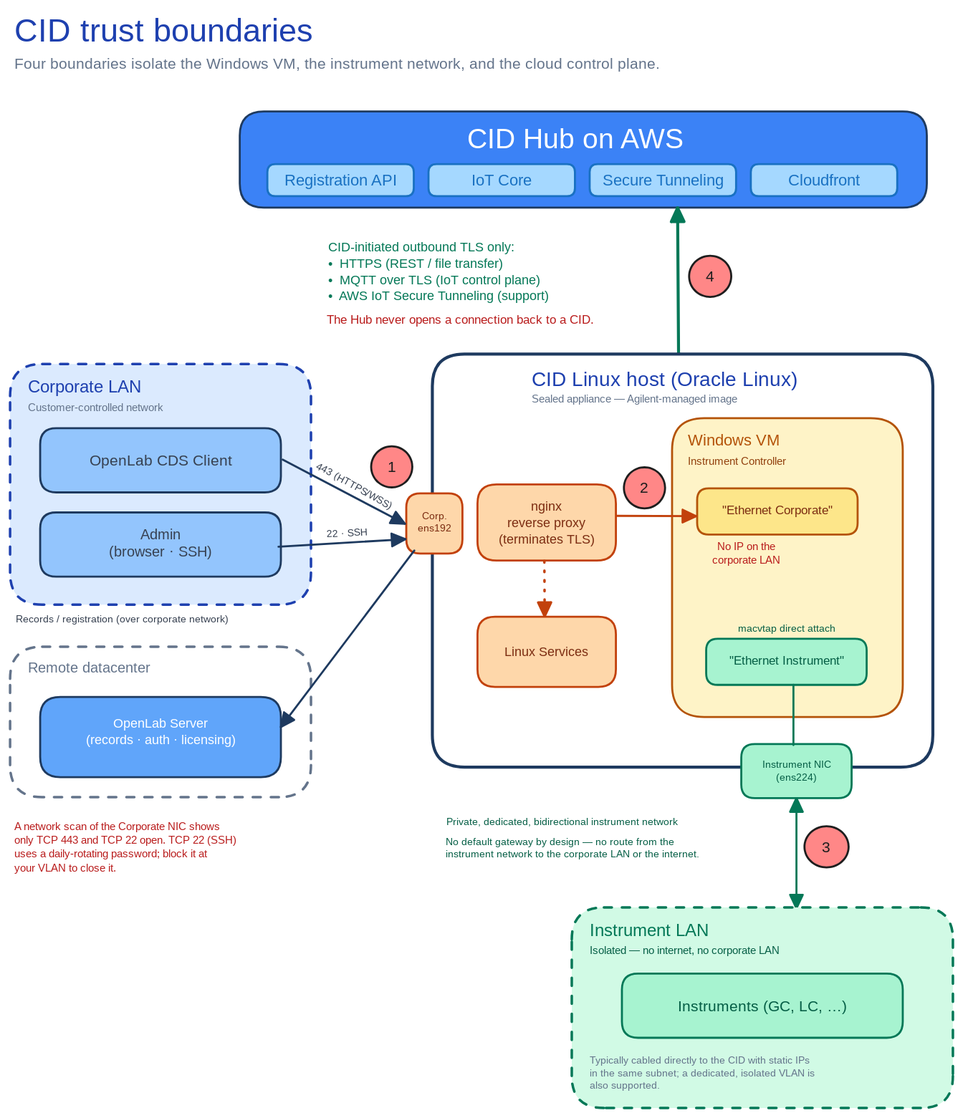
Before: docs/img/trust-boundaries.svg, a diagram exported from Excalidraw (bheemboy/cid-docs). Source tidied: one line per element, renumbered; positions are measured from the earlier drawing's top-left corner, leaving out a move shared by most shapes.
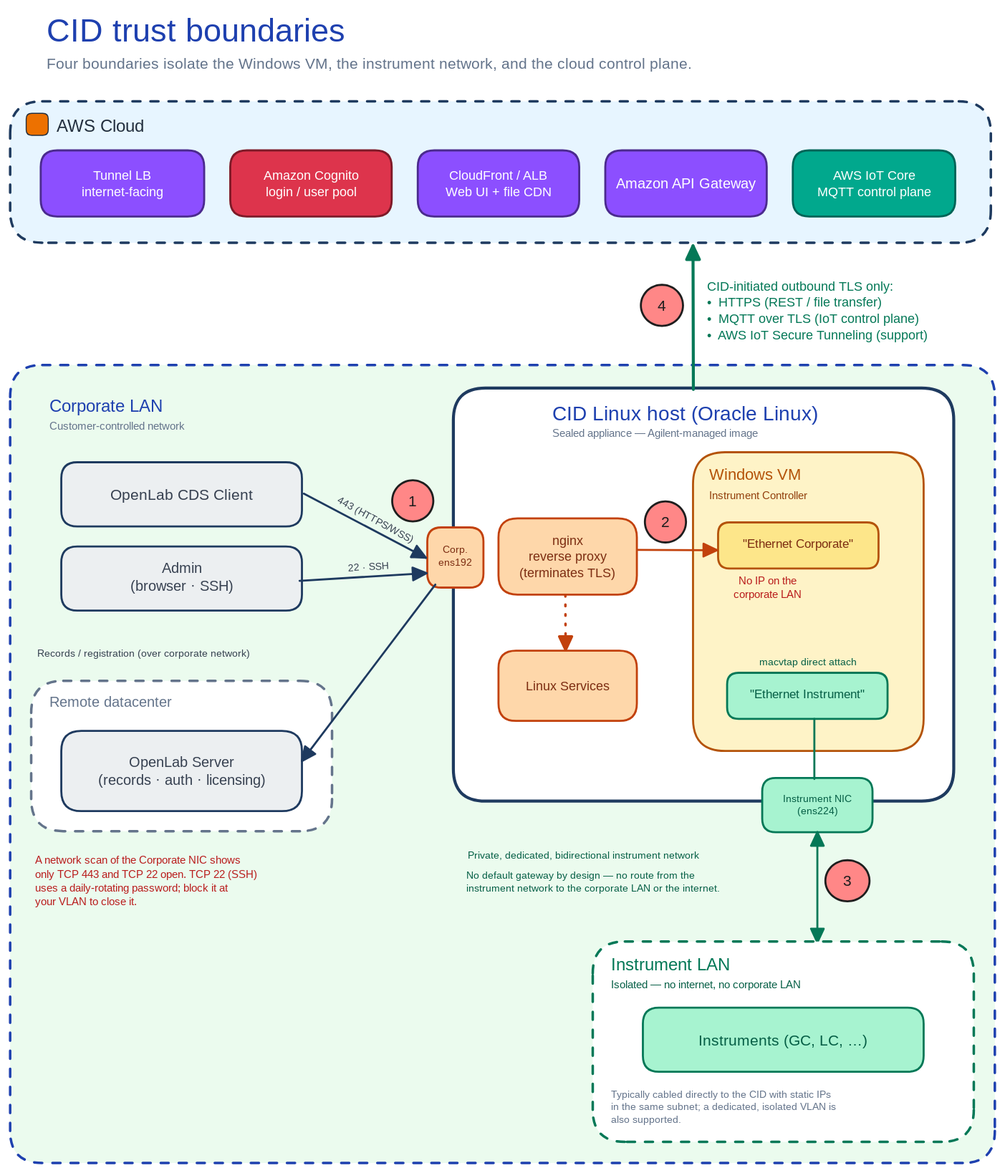
After the commit.

Diff of the diagram source:
```diff
@@ -1,21 +1,18 @@
-{"id": 0, "type": "rectangle", "strokeColor": "#1e3a5f", "backgroundColor": "#3b82f6", "fillStyle": "solid", "strokeWidth": 2, "roughness": 0, "round": true, "x": 229, "y": 101, "width": 685, "height": 96}
+{"id": 0, "type": "rectangle", "strokeColor": "#1e3a5f", "backgroundColor": "#e7f5ff", "fillStyle": "solid", "strokeWidth": 2, "strokeStyle": "dashed", "roughness": 0, "round": true, "x": -21, "y": 57, "width": 978, "height": 141}
-{"id": 1, "type": "text", "text": "CID Hub on AWS", "strokeColor": "#ffffff", "strokeWidth": 1, "roughness": 0, "fontSize": 28, "fontFamily": 3, "x": 456, "y": 111, "width": 230, "height": 35}
-{"id": 2, "type": "text", "text": "CID-initiated outbound TLS only:\n•  HTTPS (REST / file transfer)\n•  MQTT over TLS (IoT control plane)\n•  AWS IoT Secure Tunneling (support)", "strokeColor": "#047857", "strokeWidth": 1, "roughness": 0, "fontSize": 13, "fontFamily": 3, "x": 317, "y": 228, "width": 400, "height": 92}
+{"id": 2, "type": "text", "text": "CID-initiated outbound TLS only:\n•  HTTPS (REST / file transfer)\n•  MQTT over TLS (IoT control plane)\n•  AWS IoT Secure Tunneling (support)", "strokeColor": "#047857", "strokeWidth": 1, "roughness": 0, "fontSize": 13, "fontFamily": 3, "x": 674, "y": 233, "width": 282, "height": 65}
-{"id": 3, "type": "text", "text": "The Hub never opens a connection back to a CID.", "strokeColor": "#b91c1c", "strokeWidth": 1, "roughness": 0, "fontSize": 12, "fontFamily": 3, "x": 316, "y": 301, "width": 440, "height": 18}
-{"id": 4, "type": "arrow", "strokeColor": "#047857", "strokeWidth": 3, "roughness": 0, "endArrowhead": "triangle", "from": 19, "to": 0, "x": 666, "y": 345, "width": 1, "height": 147, "points": [[0, 0], [-1, -147]]}
-{"id": 5, "type": "ellipse", "strokeColor": "#1e1e1e", "backgroundColor": "#ff8787", "fillStyle": "solid", "strokeWidth": 2, "roughness": 0, "x": 677, "y": 245, "width": 42, "height": 41}
+{"id": 5, "type": "ellipse", "strokeColor": "#1e1e1e", "backgroundColor": "#ff8787", "fillStyle": "solid", "strokeWidth": 2, "roughness": 0, "x": 608, "y": 240, "width": 42, "height": 41}
-{"id": 6, "type": "text", "text": "4", "strokeColor": "#1e1e1e", "strokeWidth": 1, "roughness": 0, "fontSize": 15, "fontFamily": 3, "textAlign": "center", "verticalAlign": "middle", "inside": 5, "x": 694, "y": 256, "width": 9, "height": 19}
+{"id": 6, "type": "text", "text": "4", "strokeColor": "#1e1e1e", "strokeWidth": 1, "roughness": 0, "fontSize": 15, "fontFamily": 3, "textAlign": "center", "verticalAlign": "middle", "inside": 5, "x": 625, "y": 251, "width": 9, "height": 19}
-{"id": 7, "type": "rectangle", "strokeColor": "#1e40af", "backgroundColor": "#dbeafe", "fillStyle": "solid", "strokeWidth": 2, "strokeStyle": "dashed", "roughness": 0, "round": true, "x": 0, "y": 353, "width": 300, "height": 240}
+{"id": 7, "type": "rectangle", "strokeColor": "#1e40af", "backgroundColor": "#ebfbee", "fillStyle": "solid", "strokeWidth": 2, "strokeStyle": "dashed", "roughness": 0, "round": true, "x": -21, "y": 320, "width": 982, "height": 796}
-{"id": 8, "type": "text", "text": "Corporate LAN", "strokeColor": "#1e40af", "strokeWidth": 1, "roughness": 0, "fontSize": 17, "fontFamily": 3, "x": 18, "y": 365, "width": 260, "height": 22}
+{"id": 8, "type": "text", "text": "Corporate LAN", "strokeColor": "#1e40af", "strokeWidth": 1, "roughness": 0, "fontSize": 17, "fontFamily": 3, "x": 18, "y": 350, "width": 260, "height": 22}
-{"id": 9, "type": "text", "text": "Customer-controlled network", "strokeColor": "#64748b", "strokeWidth": 1, "roughness": 0, "fontSize": 11, "fontFamily": 3, "x": 18, "y": 389, "width": 260, "height": 16}
+{"id": 9, "type": "text", "text": "Customer-controlled network", "strokeColor": "#64748b", "strokeWidth": 1, "roughness": 0, "fontSize": 11, "fontFamily": 3, "x": 18, "y": 374, "width": 260, "height": 16}
-{"id": 10, "type": "rectangle", "strokeColor": "#1e3a5f", "backgroundColor": "#93c5fd", "fillStyle": "solid", "strokeWidth": 2, "roughness": 0, "round": true, "x": 30, "y": 417, "width": 240, "height": 64}
+{"id": 10, "type": "rectangle", "strokeColor": "#1e3a5f", "backgroundColor": "#eceff1", "fillStyle": "solid", "strokeWidth": 2, "roughness": 0, "round": true, "x": 30, "y": 417, "width": 240, "height": 64}
 {"id": 11, "type": "text", "text": "OpenLab CDS Client", "strokeColor": "#374151", "strokeWidth": 1, "roughness": 0, "fontSize": 15, "fontFamily": 3, "textAlign": "center", "verticalAlign": "middle", "inside": 10, "x": 45, "y": 440, "width": 210, "height": 18}
-{"id": 12, "type": "rectangle", "strokeColor": "#1e3a5f", "backgroundColor": "#93c5fd", "fillStyle": "solid", "strokeWidth": 2, "roughness": 0, "round": true, "x": 30, "y": 501, "width": 240, "height": 64}
+{"id": 12, "type": "rectangle", "strokeColor": "#1e3a5f", "backgroundColor": "#eceff1", "fillStyle": "solid", "strokeWidth": 2, "roughness": 0, "round": true, "x": 30, "y": 501, "width": 240, "height": 64}
 {"id": 13, "type": "text", "text": "Admin\n(browser · SSH)", "strokeColor": "#374151", "strokeWidth": 1, "roughness": 0, "fontSize": 14, "fontFamily": 3, "textAlign": "center", "verticalAlign": "middle", "inside": 12, "x": 45, "y": 514, "width": 210, "height": 40}
 {"id": 14, "type": "rectangle", "strokeColor": "#64748b", "backgroundColor": "#ffffff", "fillStyle": "solid", "strokeWidth": 2, "strokeStyle": "dashed", "roughness": 0, "round": true, "x": 0, "y": 635, "width": 300, "height": 150}
 {"id": 15, "type": "text", "text": "Remote datacenter", "strokeColor": "#64748b", "strokeWidth": 1, "roughness": 0, "fontSize": 14, "fontFamily": 3, "x": 18, "y": 647, "width": 260, "height": 20}
-{"id": 16, "type": "rectangle", "strokeColor": "#1e3a5f", "backgroundColor": "#60a5fa", "fillStyle": "solid", "strokeWidth": 2, "roughness": 0, "round": true, "x": 30, "y": 685, "width": 240, "height": 80}
+{"id": 16, "type": "rectangle", "strokeColor": "#1e3a5f", "backgroundColor": "#eceff1", "fillStyle": "solid", "strokeWidth": 2, "roughness": 0, "round": true, "x": 30, "y": 685, "width": 240, "height": 80}
-{"id": 17, "type": "text", "text": "OpenLab Server\n(records · auth · licensing)", "strokeColor": "#ffffff", "strokeWidth": 1, "roughness": 0, "fontSize": 13, "fontFamily": 3, "textAlign": "center", "verticalAlign": "middle", "inside": 16, "x": 45, "y": 703, "width": 210, "height": 44}
+{"id": 17, "type": "text", "text": "OpenLab Server\n(records · auth · licensing)", "strokeColor": "#374151", "strokeWidth": 1, "roughness": 0, "fontSize": 14, "fontFamily": 3, "textAlign": "center", "verticalAlign": "middle", "inside": 16, "x": 35, "y": 708, "width": 230, "height": 35}
 {"id": 18, "type": "rectangle", "strokeColor": "#1e3a5f", "backgroundColor": "#ffffff", "fillStyle": "solid", "strokeWidth": 3, "roughness": 0, "round": true, "x": 421, "y": 343, "width": 499, "height": 412}
 {"id": 19, "type": "text", "text": "CID Linux host (Oracle Linux)", "strokeColor": "#1e40af", "strokeWidth": 1, "roughness": 0, "fontSize": 20, "fontFamily": 3, "x": 520, "y": 356, "width": 340, "height": 25}
 {"id": 20, "type": "text", "text": "Sealed appliance — Agilent-managed image", "strokeColor": "#64748b", "strokeWidth": 1, "roughness": 0, "fontSize": 11, "fontFamily": 3, "x": 520, "y": 381, "width": 380, "height": 16}
@@ -52,7 +49,7 @@
 {"id": 51, "type": "text", "text": "Private, dedicated, bidirectional instrument network", "strokeColor": "#065f46", "strokeWidth": 1, "roughness": 0, "fontSize": 10, "fontFamily": 3, "x": 435, "y": 803, "width": 305, "height": 12}
 {"id": 52, "type": "ellipse", "strokeColor": "#1e1e1e", "backgroundColor": "#ff8787", "fillStyle": "solid", "strokeWidth": 2, "roughness": 0, "x": 792, "y": 814, "width": 44, "height": 41}
 {"id": 53, "type": "text", "text": "3", "strokeColor": "#1e1e1e", "strokeWidth": 1, "roughness": 0, "fontSize": 15, "fontFamily": 3, "textAlign": "center", "verticalAlign": "middle", "inside": 52, "x": 810, "y": 825, "width": 9, "height": 19}
-{"id": 54, "type": "rectangle", "strokeColor": "#047857", "backgroundColor": "#d1fae5", "fillStyle": "solid", "strokeWidth": 2, "strokeStyle": "dashed", "roughness": 0, "round": true, "x": 560, "y": 895, "width": 380, "height": 200}
+{"id": 54, "type": "rectangle", "strokeColor": "#047857", "backgroundColor": "#ffffff", "fillStyle": "solid", "strokeWidth": 2, "strokeStyle": "dashed", "roughness": 0, "round": true, "x": 560, "y": 895, "width": 380, "height": 200}
 {"id": 55, "type": "text", "text": "Instrument LAN", "strokeColor": "#047857", "strokeWidth": 1, "roughness": 0, "fontSize": 17, "fontFamily": 3, "x": 578, "y": 907, "width": 300, "height": 20}
 {"id": 56, "type": "text", "text": "Isolated — no internet, no corporate LAN", "strokeColor": "#065f46", "strokeWidth": 1, "roughness": 0, "fontSize": 11, "fontFamily": 3, "x": 578, "y": 931, "width": 350, "height": 16}
 {"id": 57, "type": "rectangle", "strokeColor": "#047857", "backgroundColor": "#a7f3d0", "fillStyle": "solid", "strokeWidth": 2, "roughness": 0, "round": true, "x": 610, "y": 961, "width": 280, "height": 64}
@@ -61,13 +58,18 @@
 {"id": 60, "type": "text", "text": "A network scan of the Corporate NIC shows\nonly TCP 443 and TCP 22 open. TCP 22 (SSH)\nuses a daily-rotating password; block it at\nyour VLAN to close it.", "strokeColor": "#b91c1c", "strokeWidth": 1, "roughness": 0, "fontSize": 11, "fontFamily": 3, "x": 4, "y": 807, "width": 310, "height": 72}
 {"id": 61, "type": "text", "text": "No default gateway by design — no route from the\ninstrument network to the corporate LAN or the internet.", "strokeColor": "#065f46", "strokeWidth": 1, "roughness": 0, "fontSize": 10, "fontFamily": 3, "x": 434, "y": 823, "width": 328, "height": 25}
 {"id": 62, "type": "arrow", "strokeColor": "#c2410c", "strokeWidth": 2, "strokeStyle": "dotted", "roughness": 0, "endArrowhead": "triangle", "from": 23, "to": 25, "x": 533, "y": 550, "width": 0, "height": 55, "points": [[0, 0], [0, 55]]}
-{"id": 63, "type": "rectangle", "strokeColor": "#1971c2", "backgroundColor": "#a5d8ff", "fillStyle": "solid", "strokeWidth": 2, "roughness": 0, "round": true, "x": 256, "y": 154, "width": 146, "height": 32}
-{"id": 64, "type": "text", "text": "Registration API", "strokeColor": "#1971c2", "strokeWidth": 2, "roughness": 0, "fontSize": 16, "fontFamily": 6, "textAlign": "center", "verticalAlign": "middle", "inside": 63, "x": 270, "y": 159, "width": 118, "height": 22}
-{"id": 65, "type": "rectangle", "strokeColor": "#1971c2", "backgroundColor": "#a5d8ff", "fillStyle": "solid", "strokeWidth": 2, "roughness": 0, "round": true, "x": 417, "y": 154, "width": 146, "height": 32}
-{"id": 66, "type": "text", "text": "IoT Core", "strokeColor": "#1971c2", "strokeWidth": 2, "roughness": 0, "fontSize": 16, "fontFamily": 6, "textAlign": "center", "verticalAlign": "middle", "inside": 65, "x": 460, "y": 159, "width": 61, "height": 22}
-{"id": 67, "type": "rectangle", "strokeColor": "#1971c2", "backgroundColor": "#a5d8ff", "fillStyle": "solid", "strokeWidth": 2, "roughness": 0, "round": true, "x": 578, "y": 154, "width": 146, "height": 32}
-{"id": 68, "type": "text", "text": "Secure Tunneling", "strokeColor": "#1971c2", "strokeWidth": 2, "roughness": 0, "fontSize": 16, "fontFamily": 6, "textAlign": "center", "verticalAlign": "middle", "inside": 67, "x": 588, "y": 159, "width": 125, "height": 22}
-{"id": 69, "type": "rectangle", "strokeColor": "#1971c2", "backgroundColor": "#a5d8ff", "fillStyle": "solid", "strokeWidth": 2, "roughness": 0, "round": true, "x": 738, "y": 154, "width": 146, "height": 32}
-{"id": 70, "type": "text", "text": "Cloudfront", "strokeColor": "#1971c2", "strokeWidth": 2, "roughness": 0, "fontSize": 16, "fontFamily": 6, "textAlign": "center", "verticalAlign": "middle", "inside": 69, "x": 773, "y": 159, "width": 78, "height": 22}
-{"id": 71, "type": "text", "text": "CID trust boundaries", "strokeColor": "#1e40af", "strokeWidth": 1, "roughness": 0, "fontSize": 32, "fontFamily": 3, "x": 4, "y": 0, "width": 375, "height": 40}
+{"id": 71, "type": "text", "text": "CID trust boundaries", "strokeColor": "#1e40af", "strokeWidth": 1, "roughness": 0, "fontSize": 32, "fontFamily": 3, "x": 15, "y": -34, "width": 375, "height": 40}
-{"id": 72, "type": "text", "text": "Four boundaries isolate the Windows VM, the instrument network, and the cloud control plane.", "strokeColor": "#64748b", "strokeWidth": 1, "roughness": 0, "fontSize": 15, "fontFamily": 3, "x": 4, "y": 44, "width": 816, "height": 19}
+{"id": 72, "type": "text", "text": "Four boundaries isolate the Windows VM, the instrument network, and the cloud control plane.", "strokeColor": "#64748b", "strokeWidth": 1, "roughness": 0, "fontSize": 15, "fontFamily": 3, "x": 15, "y": 10, "width": 816, "height": 19}
+{"id": 73, "type": "rectangle", "strokeColor": "#232F3E", "backgroundColor": "#ED7100", "fillStyle": "solid", "strokeWidth": 1, "roughness": 0, "round": true, "x": -5, "y": 69, "width": 22, "height": 22}
+{"id": 74, "type": "text", "text": "AWS Cloud", "strokeColor": "#232F3E", "strokeWidth": 1, "roughness": 0, "fontSize": 17, "fontFamily": 3, "x": 25, "y": 71, "width": 200, "height": 22}
+{"id": 4, "type": "arrow", "strokeColor": "#047857", "strokeWidth": 3, "roughness": 0, "endArrowhead": "triangle", "from": 19, "to": 0, "x": 660, "y": 345, "width": 0, "height": 143, "points": [[0, 0], [0, -143]]}
+{"id": 75, "type": "rectangle", "strokeColor": "#7D1A28", "backgroundColor": "#DD344C", "fillStyle": "solid", "strokeWidth": 2, "roughness": 0, "round": true, "x": 198, "y": 106, "width": 161, "height": 66}
+{"id": 76, "type": "text", "text": "Amazon Cognito\nlogin / user pool", "strokeColor": "#ffffff", "strokeWidth": 1, "roughness": 0, "fontSize": 13, "fontFamily": 3, "textAlign": "center", "verticalAlign": "middle", "inside": 75, "x": 214, "y": 123, "width": 129, "height": 32}
+{"id": 77, "type": "rectangle", "strokeColor": "#4B2A8E", "backgroundColor": "#8C4FFF", "fillStyle": "solid", "strokeWidth": 2, "roughness": 0, "round": true, "x": 386, "y": 106, "width": 161, "height": 66}
+{"id": 78, "type": "text", "text": "CloudFront / ALB\nWeb UI + file CDN", "strokeColor": "#ffffff", "strokeWidth": 1, "roughness": 0, "fontSize": 13, "fontFamily": 3, "textAlign": "center", "verticalAlign": "middle", "inside": 77, "x": 401, "y": 123, "width": 129, "height": 32}
+{"id": 79, "type": "rectangle", "strokeColor": "#4B2A8E", "backgroundColor": "#8C4FFF", "fillStyle": "solid", "strokeWidth": 2, "roughness": 0, "round": true, "x": 572, "y": 106, "width": 161, "height": 66}
+{"id": 80, "type": "text", "text": "Amazon API Gateway", "strokeColor": "#ffffff", "strokeWidth": 1, "roughness": 0, "fontSize": 14, "fontFamily": 3, "textAlign": "center", "verticalAlign": "middle", "inside": 79, "x": 579, "y": 130, "width": 148, "height": 18}
+{"id": 81, "type": "rectangle", "strokeColor": "#016457", "backgroundColor": "#01A88D", "fillStyle": "solid", "strokeWidth": 2, "roughness": 0, "round": true, "x": 760, "y": 106, "width": 162, "height": 66}
+{"id": 82, "type": "text", "text": "AWS IoT Core\nMQTT control plane", "strokeColor": "#ffffff", "strokeWidth": 1, "roughness": 0, "fontSize": 13, "fontFamily": 3, "textAlign": "center", "verticalAlign": "middle", "inside": 81, "x": 772, "y": 123, "width": 137, "height": 32}
+{"id": 83, "type": "rectangle", "strokeColor": "#4B2A8E", "backgroundColor": "#8C4FFF", "fillStyle": "solid", "strokeWidth": 2, "roughness": 0, "round": true, "x": 10, "y": 106, "width": 163, "height": 66}
+{"id": 84, "type": "text", "text": "Tunnel LB\ninternet-facing", "strokeColor": "#ffffff", "strokeWidth": 1, "roughness": 0, "fontSize": 13, "fontFamily": 3, "textAlign": "center", "verticalAlign": "middle", "inside": 83, "x": 34, "y": 123, "width": 114, "height": 32}
```
